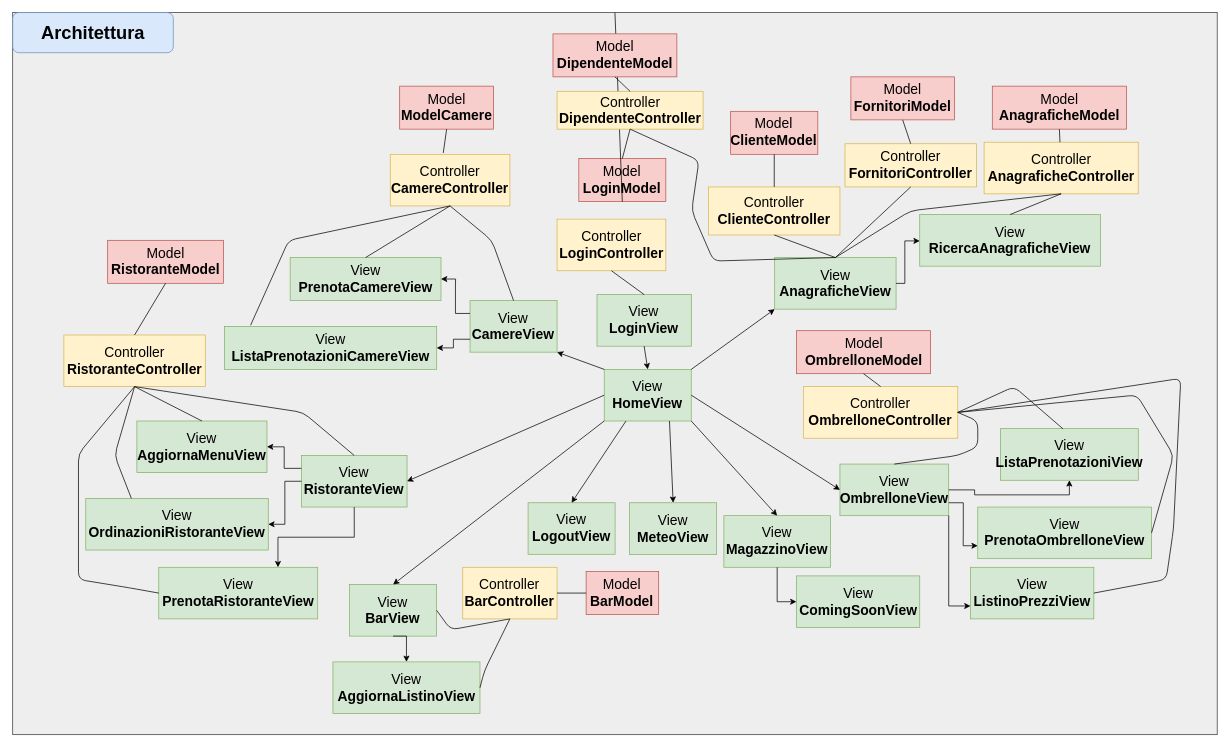
The draw.io diagram Diagrammi/Arachitettura.drawio in Raccispini/Progetto-Hotel, before the edit. Source tidied: cells renumbered, new cells numbered last; positions are measured from the earlier drawing's top-left corner, leaving out a move shared by most shapes. Both pictures are drawn from the tidied source at 73%, with x=0, y=0 at pixel (12, 12).
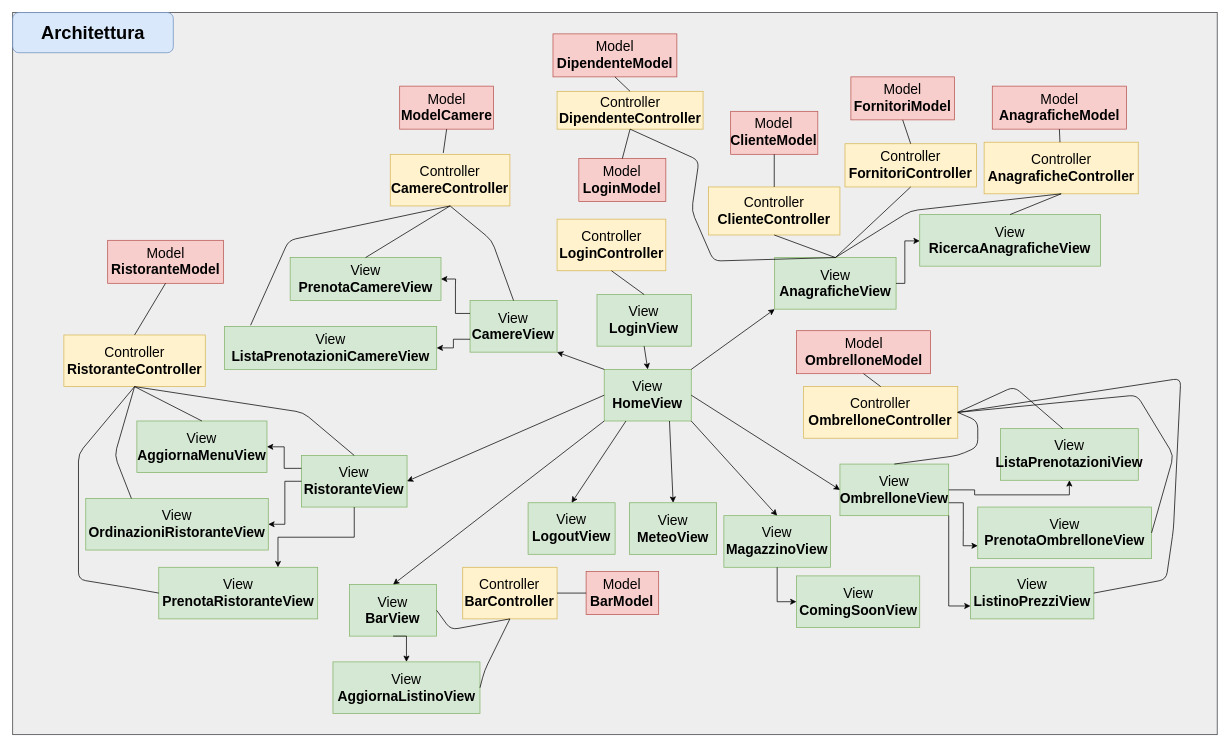
The same page after the edit.

The change refers to these unchanged cells:
```xml
<mxCell id="2" style="group;" parent="1" vertex="1">
  <mxGeometry x="70" y="28.9" width="1579.9" height="960" as="geometry" />
</mxCell>
<mxCell id="4" style="rounded=0;whiteSpace=wrap;html=1;fontSize=16;fillColor=#eeeeee;strokeColor=#36393d;" parent="3" vertex="1">
  <mxGeometry width="1650" height="989.2" as="geometry" />
</mxCell>
<mxCell id="6" value="&lt;font style=&quot;font-size: 19px&quot;&gt;Model&lt;br&gt;&lt;b&gt;LoginModel&lt;/b&gt;&lt;/font&gt;" style="rounded=0;whiteSpace=wrap;html=1;fillColor=#f8cecc;strokeColor=#b85450;fontSize=16;" parent="2" vertex="1">
  <mxGeometry x="705.4" y="170.9" width="119.2" height="58.9" as="geometry" />
</mxCell>
```

Change to the diagram source:
```diff
@@
-    <mxCell id="52" style="endArrow=none;html=1;fontSize=16;entryX=0.5;entryY=1;entryDx=0;entryDy=0;exitX=0.5;exitY=0;exitDx=0;exitDy=0;startArrow=none;" parent="2" edge="1" source="4" target="6">
-      <mxGeometry x="-10" y="47.1" as="geometry" />
-    </mxCell>
```
